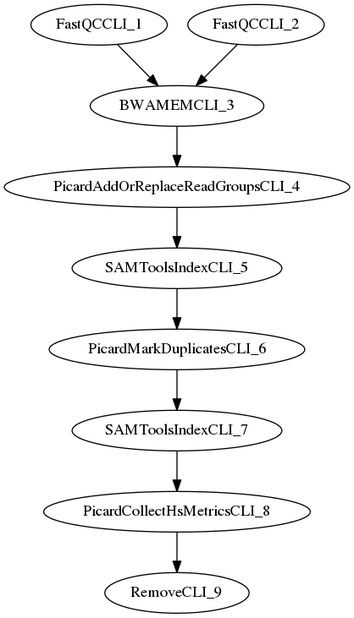
This is src/site/resources/images/workflow.dag.png from jdr0887/MaPSeq-Pipeline-NCNEXUS-Alignment, a Graphviz export, as it was before one commit. Its source is kept beside it as src/site/resources/images/workflow.dag.dot.
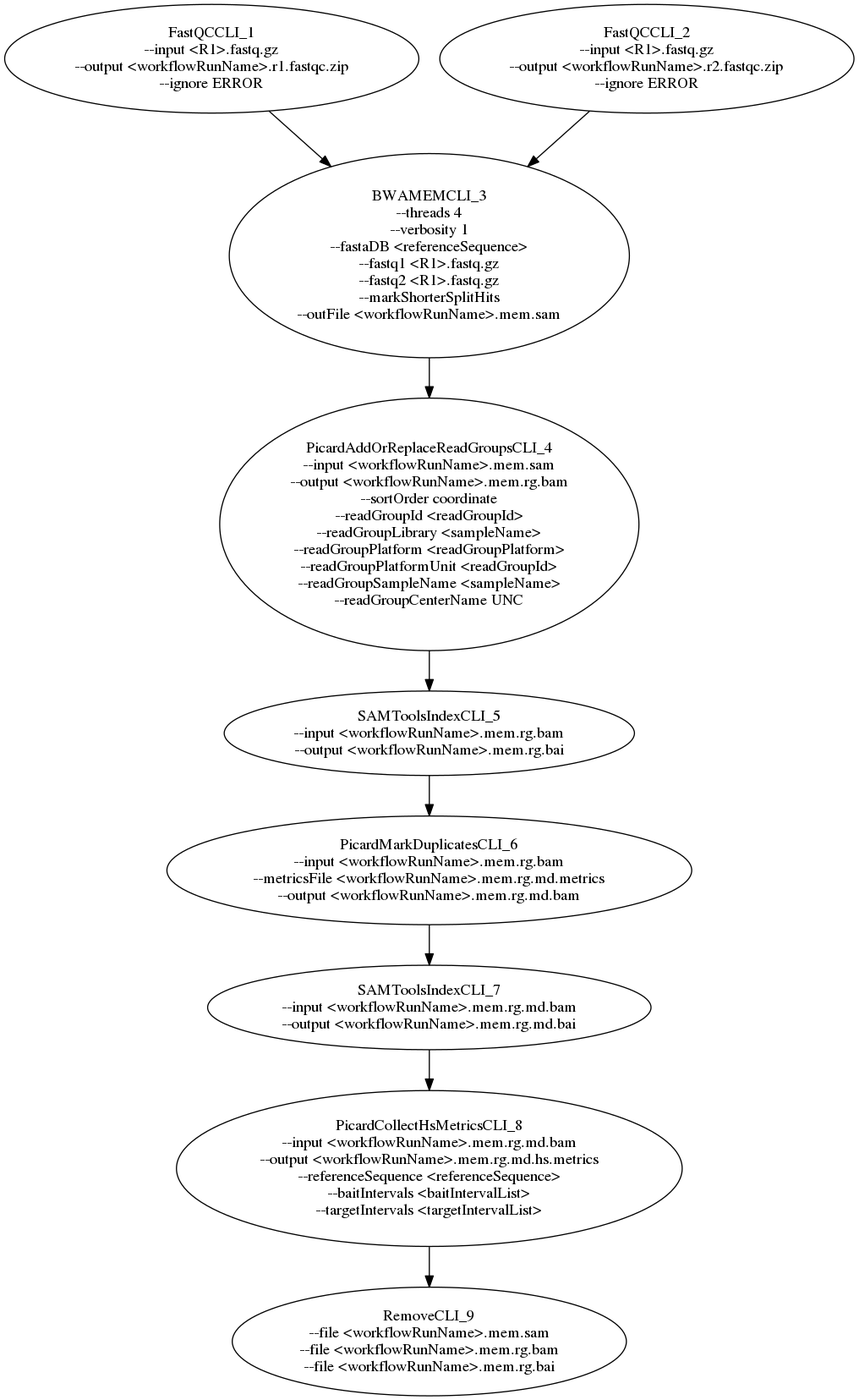
After the commit.

The edit, as a diff of the source:
```diff
@@ -1,13 +1,59 @@
 digraph G {
-  FastQCCLI_1 [ label="FastQCCLI_1" ];
-  FastQCCLI_2 [ label="FastQCCLI_2" ];
-  BWAMEMCLI_3 [ label="BWAMEMCLI_3" ];
-  PicardAddOrReplaceReadGroupsCLI_4 [ label="PicardAddOrReplaceReadGroupsCLI_4" ];
-  SAMToolsIndexCLI_5 [ label="SAMToolsIndexCLI_5" ];
-  PicardMarkDuplicatesCLI_6 [ label="PicardMarkDuplicatesCLI_6" ];
-  SAMToolsIndexCLI_7 [ label="SAMToolsIndexCLI_7" ];
-  PicardCollectHsMetricsCLI_8 [ label="PicardCollectHsMetricsCLI_8" ];
-  RemoveCLI_9 [ label="RemoveCLI_9" ];
+  FastQCCLI_1 [ label="FastQCCLI_1
+--input <R1>.fastq.gz
+--output <workflowRunName>.r1.fastqc.zip
+--ignore ERROR
+" ];
+  FastQCCLI_2 [ label="FastQCCLI_2
+--input <R1>.fastq.gz
+--output <workflowRunName>.r2.fastqc.zip
+--ignore ERROR
+" ];
+  BWAMEMCLI_3 [ label="BWAMEMCLI_3
+--threads 4
+--verbosity 1
+--fastaDB <referenceSequence>
+--fastq1 <R1>.fastq.gz
+--fastq2 <R1>.fastq.gz
+--markShorterSplitHits
+--outFile <workflowRunName>.mem.sam
+" ];
+  PicardAddOrReplaceReadGroupsCLI_4 [ label="PicardAddOrReplaceReadGroupsCLI_4
+--input <workflowRunName>.mem.sam
+--output <workflowRunName>.mem.rg.bam
+--sortOrder coordinate
+--readGroupId <readGroupId>
+--readGroupLibrary <sampleName>
+--readGroupPlatform <readGroupPlatform>
+--readGroupPlatformUnit <readGroupId>
+--readGroupSampleName <sampleName>
+--readGroupCenterName UNC
+" ];
+  SAMToolsIndexCLI_5 [ label="SAMToolsIndexCLI_5
+--input <workflowRunName>.mem.rg.bam
+--output <workflowRunName>.mem.rg.bai
+" ];
+  PicardMarkDuplicatesCLI_6 [ label="PicardMarkDuplicatesCLI_6
+--input <workflowRunName>.mem.rg.bam
+--metricsFile <workflowRunName>.mem.rg.md.metrics
+--output <workflowRunName>.mem.rg.md.bam
+" ];
+  SAMToolsIndexCLI_7 [ label="SAMToolsIndexCLI_7
+--input <workflowRunName>.mem.rg.md.bam
+--output <workflowRunName>.mem.rg.md.bai
+" ];
+  PicardCollectHsMetricsCLI_8 [ label="PicardCollectHsMetricsCLI_8
+--input <workflowRunName>.mem.rg.md.bam
+--output <workflowRunName>.mem.rg.md.hs.metrics
+--referenceSequence <referenceSequence>
+--baitIntervals <baitIntervalList>
+--targetIntervals <targetIntervalList>
+" ];
+  RemoveCLI_9 [ label="RemoveCLI_9
+--file <workflowRunName>.mem.sam
+--file <workflowRunName>.mem.rg.bam
+--file <workflowRunName>.mem.rg.bai
+" ];
   FastQCCLI_1 -> BWAMEMCLI_3;
   FastQCCLI_2 -> BWAMEMCLI_3;
   BWAMEMCLI_3 -> PicardAddOrReplaceReadGroupsCLI_4;
```
